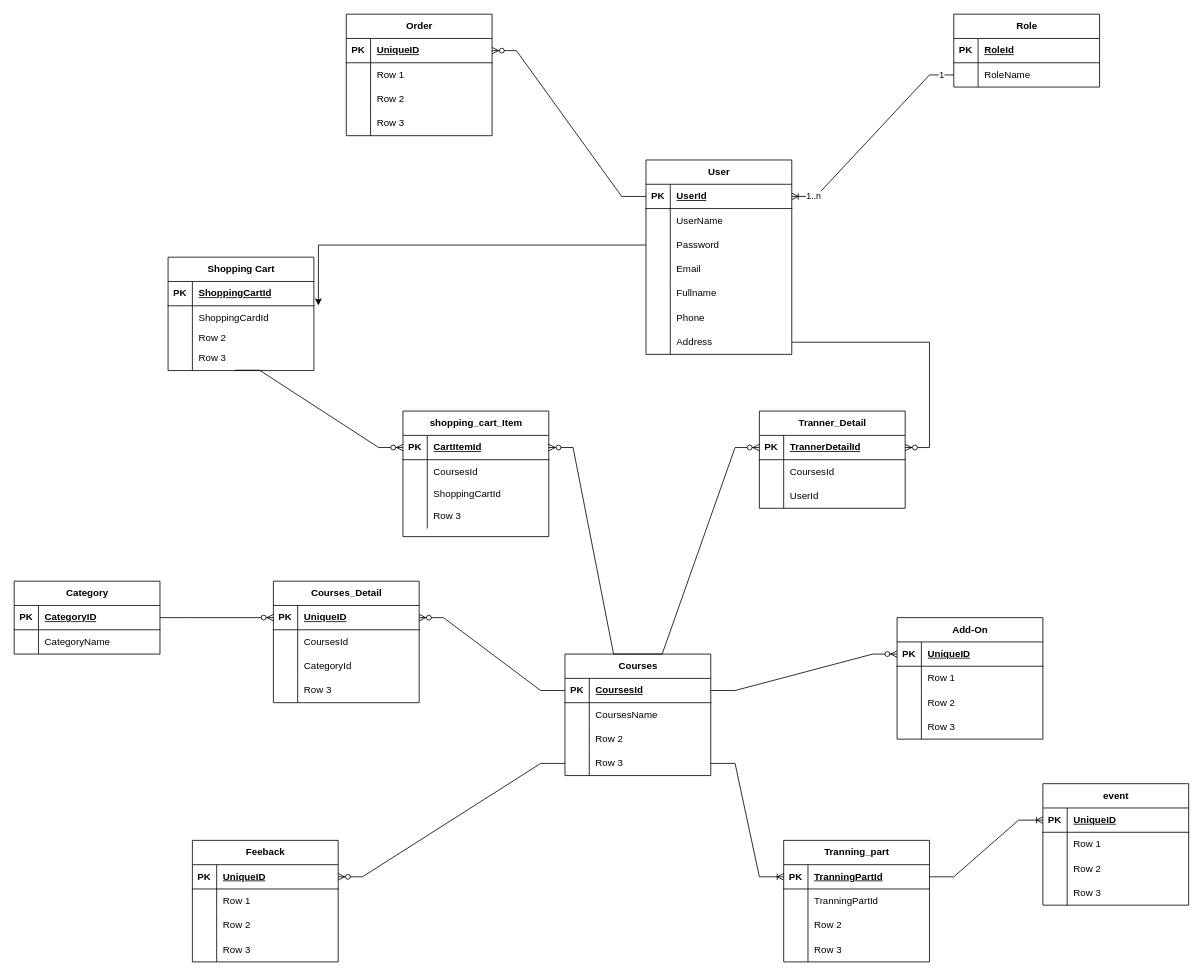
The draw.io diagram Database_web.drawio in trantrung28122003/DatabaseDesign_Web, before the edit. Source tidied: cells renumbered, new cells numbered last; positions are measured from the earlier drawing's top-left corner, leaving out a move shared by most shapes. Both pictures are drawn from the tidied source at 81%, with x=0, y=0 at pixel (14, 14).
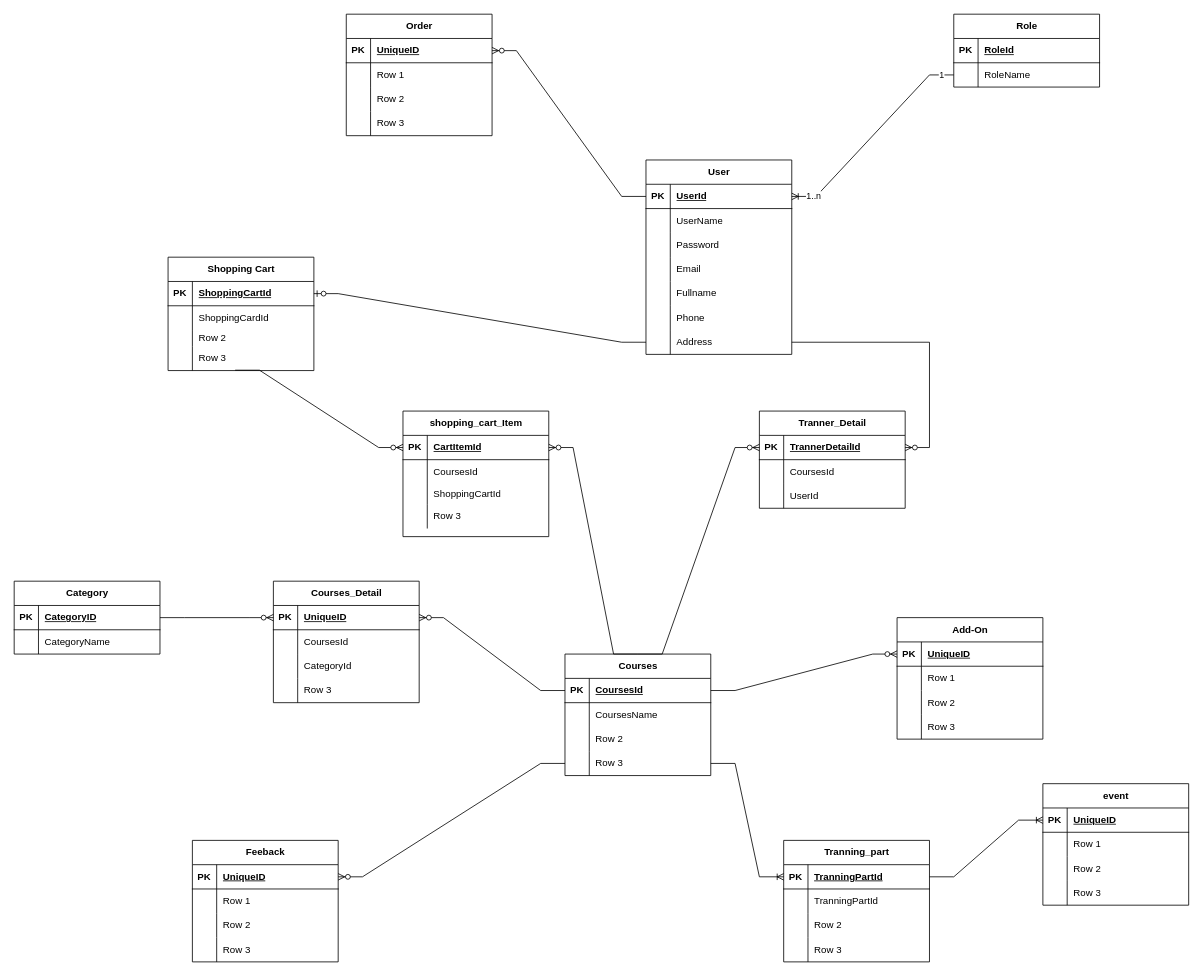
The same diagram, later.

Unchanged cells that the change refers to:
```xml
<mxCell id="9" style="shape=tableRow;horizontal=0;startSize=0;swimlaneHead=0;swimlaneBody=0;fillColor=none;points=[[0,0.5],[1,0.5]];portConstraint=eastwest;top=0;left=0;right=0;bottom=0;" parent="2" vertex="1">
  <mxGeometry y="90" width="180" height="30" as="geometry" />
</mxCell>
<mxCell id="21" style="shape=tableRow;horizontal=0;startSize=0;swimlaneHead=0;swimlaneBody=0;fillColor=none;points=[[0,0.5],[1,0.5]];portConstraint=eastwest;top=0;left=0;right=0;bottom=0;" parent="2" vertex="1">
  <mxGeometry y="210" width="180" height="30" as="geometry" />
</mxCell>
<mxCell id="78" style="shape=tableRow;horizontal=0;startSize=0;swimlaneHead=0;swimlaneBody=0;fillColor=none;points=[[0,0.5],[1,0.5]];portConstraint=eastwest;top=0;left=0;right=0;bottom=1;" parent="77" vertex="1">
  <mxGeometry y="30" width="180" height="30" as="geometry" />
</mxCell>
<mxCell id="81" style="shape=tableRow;horizontal=0;startSize=0;swimlaneHead=0;swimlaneBody=0;fillColor=none;points=[[0,0.5],[1,0.5]];portConstraint=eastwest;top=0;left=0;right=0;bottom=0;" parent="77" vertex="1">
  <mxGeometry y="60" width="180" height="30" as="geometry" />
</mxCell>
```

Change to the diagram source:
```diff
@@
-    <mxCell id="129" style="edgeStyle=orthogonalEdgeStyle;rounded=0;jettySize=auto;html=1;exitX=0;exitY=0.5;exitDx=0;exitDy=0;entryX=1.031;entryY=-0.015;entryDx=0;entryDy=0;entryPerimeter=0;" parent="1" edge="1" source="9" target="81">
-      <mxGeometry relative="1" as="geometry" />
-    </mxCell>
@@
+    <mxCell id="180" style="edgeStyle=entityRelationEdgeStyle;fontSize=12;html=1;endArrow=ERzeroToOne;endFill=1;rounded=0;entryX=1;entryY=0.5;entryDx=0;entryDy=0;exitX=0;exitY=0.5;exitDx=0;exitDy=0;" parent="1" edge="1" source="21" target="78">
+      <mxGeometry relative="1" as="geometry" />
+    </mxCell>
```
